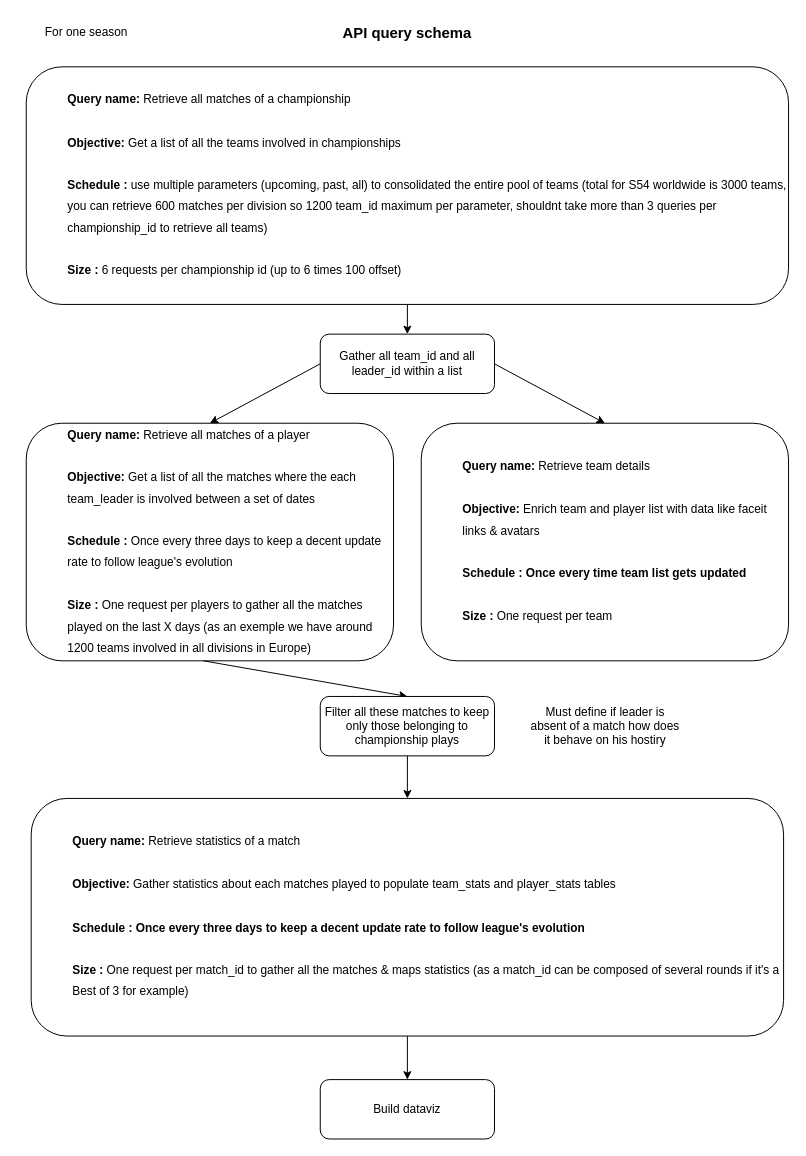
Armeldt/CS2_ESEA_Leaderboard_Scouting keeps this draw.io diagram as API Query schema.drawio. Above is the earlier version. Source tidied: cells renumbered, new cells numbered last; positions are measured from the earlier drawing's top-left corner, leaving out a move shared by most shapes. Both pictures are drawn from the tidied source at 99%, with x=0, y=0 at pixel (17, 17).
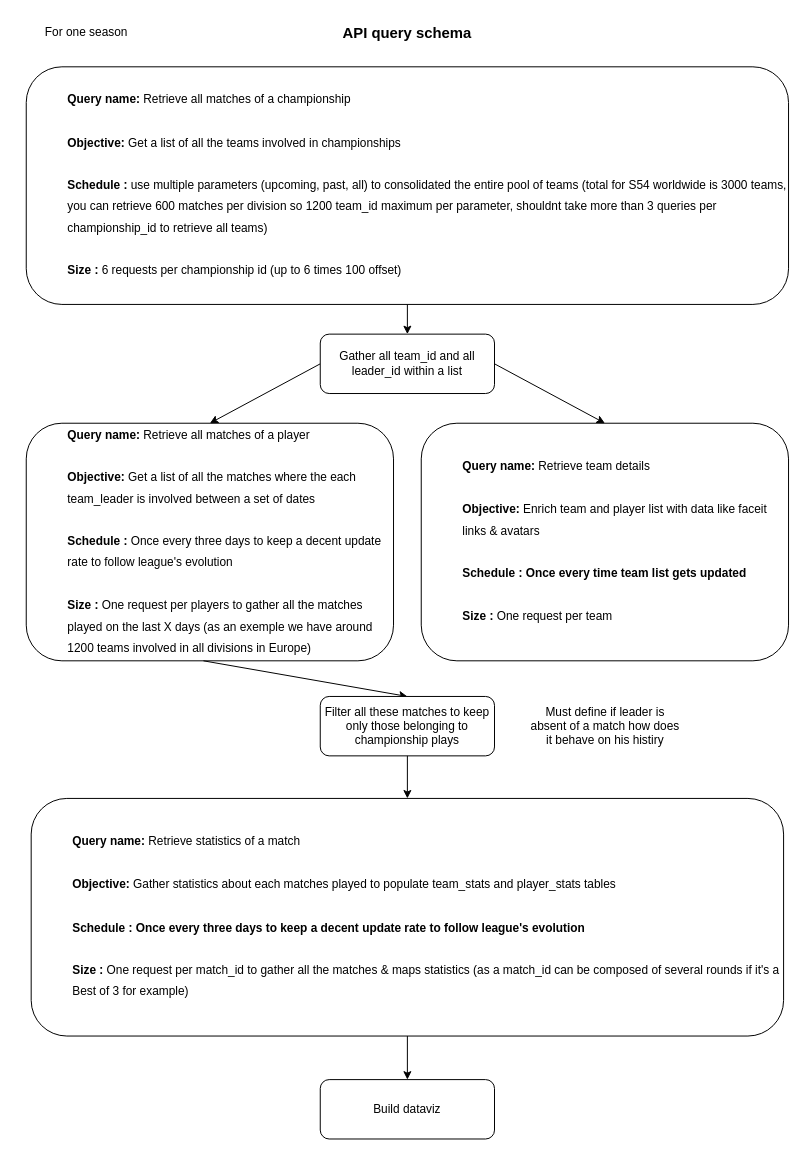
The same page after the edit.

Commit message:
Mettre à jour API Query schema.drawio

Diff of the diagram source:
```diff
@@
 <mxGraphModel>
   <root>
     <mxCell id="0" />
     <mxCell id="1" parent="0" />
     <mxCell id="2" value="&lt;blockquote style=&quot;margin: 0 0 0 40px; border: none; padding: 0px;&quot;&gt;&lt;div style=&quot;line-height: 180%;&quot;&gt;&lt;font style=&quot;color: light-dark(rgb(0, 0, 0), rgb(0, 102, 204));&quot;&gt;&lt;b&gt;Query name:&lt;/b&gt;&lt;/font&gt;&amp;nbsp;Retrieve all matches of a championship&lt;/div&gt;&lt;div style=&quot;line-height: 180%;&quot;&gt;&lt;br&gt;&lt;/div&gt;&lt;div style=&quot;line-height: 180%;&quot;&gt;&lt;font style=&quot;color: light-dark(rgb(0, 0, 0), rgb(0, 102, 204));&quot;&gt;&lt;b&gt;&lt;font style=&quot;&quot;&gt;Objective:&lt;/font&gt;&lt;/b&gt; &lt;/font&gt;Get a list of all the teams involved in championships&lt;/div&gt;&lt;/blockquote&gt;&lt;div style=&quot;line-height: 180%;&quot;&gt;&lt;br&gt;&lt;/div&gt;&lt;blockquote style=&quot;margin: 0 0 0 40px; border: none; padding: 0px;&quot;&gt;&lt;div style=&quot;line-height: 180%;&quot;&gt;&lt;b&gt;&lt;font style=&quot;color: light-dark(rgb(0, 0, 0), rgb(0, 102, 204));&quot;&gt;Schedule : &lt;/font&gt;&lt;/b&gt;use multiple parameters (upcoming, past, all)&amp;nbsp;to consolidated the entire pool of teams (total for S54 worldwide is 3000 teams, you can retrieve 600 matches per division so 1200 team_id maximum per parameter, shouldnt take more than 3 queries per championship_id to retrieve all teams)&lt;/div&gt;&lt;div style=&quot;line-height: 180%;&quot;&gt;&lt;br&gt;&lt;/div&gt;&lt;div style=&quot;line-height: 180%;&quot;&gt;&lt;b&gt;&lt;font style=&quot;color: light-dark(rgb(0, 0, 0), rgb(0, 102, 204));&quot;&gt;Size :&lt;/font&gt; &lt;/b&gt;6 requests per championship id (up to 6 times 100 offset)&lt;/div&gt;&lt;/blockquote&gt;" style="rounded=1;whiteSpace=wrap;html=1;align=left;" parent="1" vertex="1">
       <mxGeometry x="9" y="50" width="770" height="240" as="geometry" />
     </mxCell>
     <mxCell id="3" value="&lt;b&gt;&lt;font style=&quot;font-size: 15px;&quot;&gt;API query schema&lt;/font&gt;&lt;/b&gt;" style="text;html=1;align=center;verticalAlign=middle;whiteSpace=wrap;rounded=0;" parent="1" vertex="1">
       <mxGeometry x="296" width="196" height="30" as="geometry" />
     </mxCell>
     <mxCell id="4" value="For one season" style="text;html=1;align=center;verticalAlign=middle;whiteSpace=wrap;rounded=0;" parent="1" vertex="1">
       <mxGeometry width="140" height="30" as="geometry" />
     </mxCell>
     <mxCell id="5" value="&lt;blockquote style=&quot;margin: 0 0 0 40px; border: none; padding: 0px;&quot;&gt;&lt;div style=&quot;line-height: 180%;&quot;&gt;&lt;font style=&quot;color: light-dark(rgb(0, 0, 0), rgb(0, 102, 204));&quot;&gt;&lt;b&gt;Query name:&lt;/b&gt;&lt;/font&gt;&amp;nbsp;&lt;span style=&quot;background-color: transparent; color: light-dark(rgb(0, 0, 0), rgb(255, 255, 255));&quot;&gt;Retrieve all matches of a player&lt;/span&gt;&lt;/div&gt;&lt;div style=&quot;line-height: 180%;&quot;&gt;&lt;br&gt;&lt;/div&gt;&lt;div style=&quot;line-height: 180%;&quot;&gt;&lt;font style=&quot;color: light-dark(rgb(0, 0, 0), rgb(0, 102, 204));&quot;&gt;&lt;b&gt;&lt;font style=&quot;&quot;&gt;Objective:&lt;/font&gt;&lt;/b&gt; &lt;/font&gt;Get a list of all the matches where the each team_leader is involved between a set of dates&lt;/div&gt;&lt;/blockquote&gt;&lt;div style=&quot;line-height: 180%;&quot;&gt;&lt;br&gt;&lt;/div&gt;&lt;blockquote style=&quot;margin: 0 0 0 40px; border: none; padding: 0px;&quot;&gt;&lt;div style=&quot;line-height: 180%;&quot;&gt;&lt;font style=&quot;font-weight: bold; color: light-dark(rgb(0, 0, 0), rgb(0, 102, 204));&quot;&gt;Schedule : &lt;/font&gt;&lt;font style=&quot;color: light-dark(rgb(0, 0, 0), rgb(255, 255, 255));&quot;&gt;Once every three days to keep a decent update rate to follow league's evolution&lt;/font&gt;&lt;/div&gt;&lt;div style=&quot;line-height: 180%;&quot;&gt;&lt;br&gt;&lt;/div&gt;&lt;div style=&quot;line-height: 180%;&quot;&gt;&lt;b&gt;&lt;font style=&quot;color: light-dark(rgb(0, 0, 0), rgb(0, 102, 204));&quot;&gt;Size :&lt;/font&gt; &lt;/b&gt;One request per players to gather all the matches played on the last X days (as an exemple we have around 1200 teams involved in all divisions in Europe)&lt;/div&gt;&lt;/blockquote&gt;" style="rounded=1;whiteSpace=wrap;html=1;align=left;" parent="1" vertex="1">
       <mxGeometry x="9" y="410" width="371" height="240" as="geometry" />
     </mxCell>
     <mxCell id="6" style="endArrow=classic;html=1;rounded=0;entryX=0.5;entryY=0;entryDx=0;entryDy=0;exitX=0;exitY=0.5;exitDx=0;exitDy=0;" parent="1" edge="1" source="7" target="5">
       <mxGeometry relative="1" as="geometry" />
     </mxCell>
     <mxCell id="7" value="Gather all team_id and all leader_id within a list" style="rounded=1;whiteSpace=wrap;html=1;" parent="1" vertex="1">
       <mxGeometry x="306" y="320" width="176" height="60" as="geometry" />
     </mxCell>
     <mxCell id="8" style="endArrow=classic;html=1;rounded=0;entryX=0.5;entryY=0;entryDx=0;entryDy=0;exitX=0.5;exitY=1;exitDx=0;exitDy=0;" parent="1" edge="1" target="9">
       <mxGeometry relative="1" as="geometry">
         <mxPoint x="188" y="650" as="sourcePoint" />
       </mxGeometry>
     </mxCell>
     <mxCell id="9" value="Filter all these matches to keep only those belonging to championship plays" style="rounded=1;whiteSpace=wrap;html=1;" parent="1" vertex="1">
       <mxGeometry x="306" y="686" width="176" height="60" as="geometry" />
     </mxCell>
     <mxCell id="10" value="&lt;blockquote style=&quot;margin: 0 0 0 40px; border: none; padding: 0px;&quot;&gt;&lt;div style=&quot;line-height: 180%;&quot;&gt;&lt;font style=&quot;color: light-dark(rgb(0, 0, 0), rgb(0, 102, 204));&quot;&gt;&lt;b&gt;Query name:&lt;/b&gt;&lt;/font&gt;&amp;nbsp;&lt;span style=&quot;background-color: transparent; color: light-dark(rgb(0, 0, 0), rgb(255, 255, 255));&quot;&gt;Retrieve team details&lt;/span&gt;&lt;/div&gt;&lt;div style=&quot;line-height: 180%;&quot;&gt;&lt;br&gt;&lt;/div&gt;&lt;div style=&quot;line-height: 180%;&quot;&gt;&lt;font style=&quot;color: light-dark(rgb(0, 0, 0), rgb(0, 102, 204));&quot;&gt;&lt;b&gt;&lt;font style=&quot;&quot;&gt;Objective:&lt;/font&gt;&lt;/b&gt; &lt;/font&gt;Enrich team and player list with data like faceit links &amp;amp; avatars&lt;/div&gt;&lt;/blockquote&gt;&lt;div style=&quot;line-height: 180%;&quot;&gt;&lt;br&gt;&lt;/div&gt;&lt;blockquote style=&quot;margin: 0 0 0 40px; border: none; padding: 0px;&quot;&gt;&lt;div style=&quot;line-height: 180%;&quot;&gt;&lt;b&gt;&lt;font style=&quot;color: light-dark(rgb(0, 0, 0), rgb(0, 102, 204));&quot;&gt;Schedule : &lt;/font&gt;&lt;font style=&quot;color: light-dark(rgb(0, 0, 0), rgb(255, 255, 255));&quot;&gt;Once every time team list gets updated&lt;/font&gt;&lt;/b&gt;&lt;/div&gt;&lt;div style=&quot;line-height: 180%;&quot;&gt;&lt;br&gt;&lt;/div&gt;&lt;div style=&quot;line-height: 180%;&quot;&gt;&lt;b&gt;&lt;font style=&quot;color: light-dark(rgb(0, 0, 0), rgb(0, 102, 204));&quot;&gt;Size :&lt;/font&gt; &lt;/b&gt;One request per team&amp;nbsp;&lt;/div&gt;&lt;/blockquote&gt;" style="rounded=1;whiteSpace=wrap;html=1;align=left;" parent="1" vertex="1">
       <mxGeometry x="408" y="410" width="371" height="240" as="geometry" />
     </mxCell>
     <mxCell id="11" style="endArrow=classic;html=1;rounded=0;entryX=0.5;entryY=0;entryDx=0;entryDy=0;exitX=1;exitY=0.5;exitDx=0;exitDy=0;" parent="1" edge="1" source="7" target="10">
       <mxGeometry relative="1" as="geometry" />
     </mxCell>
     <mxCell id="12" style="endArrow=classic;html=1;rounded=0;entryX=0.5;entryY=0;entryDx=0;entryDy=0;exitX=0.5;exitY=1;exitDx=0;exitDy=0;" parent="1" edge="1" source="2" target="7">
       <mxGeometry relative="1" as="geometry" />
     </mxCell>
     <mxCell id="13" value="&lt;blockquote style=&quot;margin: 0 0 0 40px; border: none; padding: 0px;&quot;&gt;&lt;div style=&quot;line-height: 180%;&quot;&gt;&lt;font style=&quot;color: light-dark(rgb(0, 0, 0), rgb(0, 102, 204));&quot;&gt;&lt;b&gt;Query name:&lt;/b&gt;&lt;/font&gt;&amp;nbsp;&lt;span style=&quot;background-color: transparent; color: light-dark(rgb(0, 0, 0), rgb(255, 255, 255));&quot;&gt;Retrieve statistics of a match&lt;/span&gt;&lt;/div&gt;&lt;div style=&quot;line-height: 180%;&quot;&gt;&lt;br&gt;&lt;/div&gt;&lt;div style=&quot;line-height: 180%;&quot;&gt;&lt;font style=&quot;color: light-dark(rgb(0, 0, 0), rgb(0, 102, 204));&quot;&gt;&lt;b&gt;&lt;font style=&quot;&quot;&gt;Objective:&lt;/font&gt;&lt;/b&gt;&amp;nbsp;&lt;/font&gt;&lt;font style=&quot;&quot;&gt;Gather statistics about each matches played to populate team_stats and player_stats tables&lt;br&gt;&lt;br&gt;&lt;/font&gt;&lt;/div&gt;&lt;/blockquote&gt;&lt;blockquote style=&quot;margin: 0 0 0 40px; border: none; padding: 0px;&quot;&gt;&lt;div style=&quot;line-height: 180%;&quot;&gt;&lt;b&gt;&lt;font style=&quot;color: light-dark(rgb(0, 0, 0), rgb(0, 102, 204));&quot;&gt;Schedule : &lt;/font&gt;&lt;font style=&quot;color: light-dark(rgb(0, 0, 0), rgb(255, 255, 255));&quot;&gt;Once every three days to keep a decent update rate to follow league's evolution&lt;/font&gt;&lt;/b&gt;&lt;/div&gt;&lt;div style=&quot;line-height: 180%;&quot;&gt;&lt;br&gt;&lt;/div&gt;&lt;div style=&quot;line-height: 180%;&quot;&gt;&lt;b&gt;&lt;font style=&quot;color: light-dark(rgb(0, 0, 0), rgb(0, 102, 204));&quot;&gt;Size :&lt;/font&gt; &lt;/b&gt;One request per match_id to gather all the matches &amp;amp; maps statistics (as a match_id can be composed of several rounds if it's a Best of 3 for example)&lt;/div&gt;&lt;/blockquote&gt;" style="rounded=1;whiteSpace=wrap;html=1;align=left;" parent="1" vertex="1">
       <mxGeometry x="14" y="789" width="760" height="240" as="geometry" />
     </mxCell>
     <mxCell id="14" style="endArrow=classic;html=1;rounded=0;entryX=0.5;entryY=0;entryDx=0;entryDy=0;exitX=0.5;exitY=1;exitDx=0;exitDy=0;" parent="1" edge="1" source="9" target="13">
       <mxGeometry relative="1" as="geometry" />
     </mxCell>
     <mxCell id="15" value="Build dataviz" style="rounded=1;whiteSpace=wrap;html=1;" parent="1" vertex="1">
       <mxGeometry x="306" y="1073" width="176" height="60" as="geometry" />
     </mxCell>
     <mxCell id="16" style="endArrow=classic;html=1;rounded=0;exitX=0.5;exitY=1;exitDx=0;exitDy=0;entryX=0.5;entryY=0;entryDx=0;entryDy=0;" parent="1" edge="1" source="13" target="15">
       <mxGeometry relative="1" as="geometry" />
     </mxCell>
-    <mxCell id="17" value="Must define if leader is absent of a match how does it behave on his hostiry" style="text;html=1;align=center;verticalAlign=middle;whiteSpace=wrap;rounded=0;" parent="1" vertex="1">
+    <mxCell id="17" value="Must define if leader is absent of a match how does it behave on his histiry" style="text;html=1;align=center;verticalAlign=middle;whiteSpace=wrap;rounded=0;" parent="1" vertex="1">
       <mxGeometry x="513.5" y="701" width="160" height="30" as="geometry" />
     </mxCell>
   </root>
 </mxGraphModel>
```
